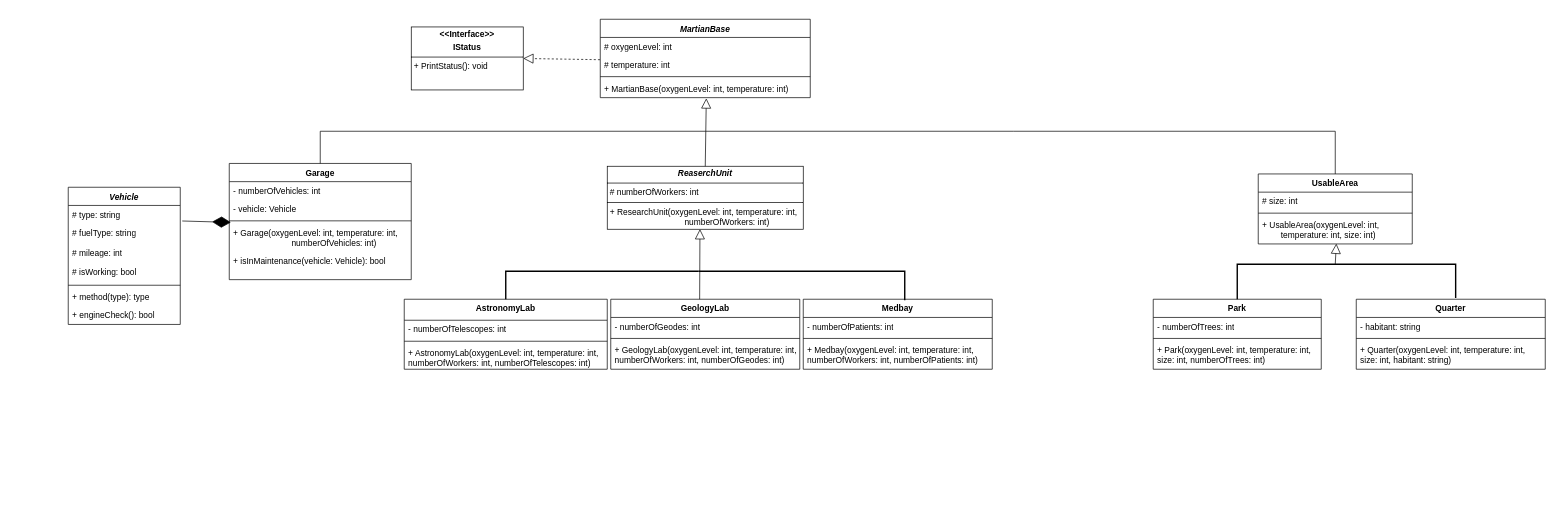
This is Diagram bez tytułu.drawio from kcprlal/CSharp, a draw.io file, before an edit. Source tidied: cells renumbered, new cells numbered last; positions are measured from the earlier drawing's top-left corner, leaving out a move shared by most shapes. Both pictures are drawn from the tidied source at 70%, with x=0, y=0 at pixel (68, 19).
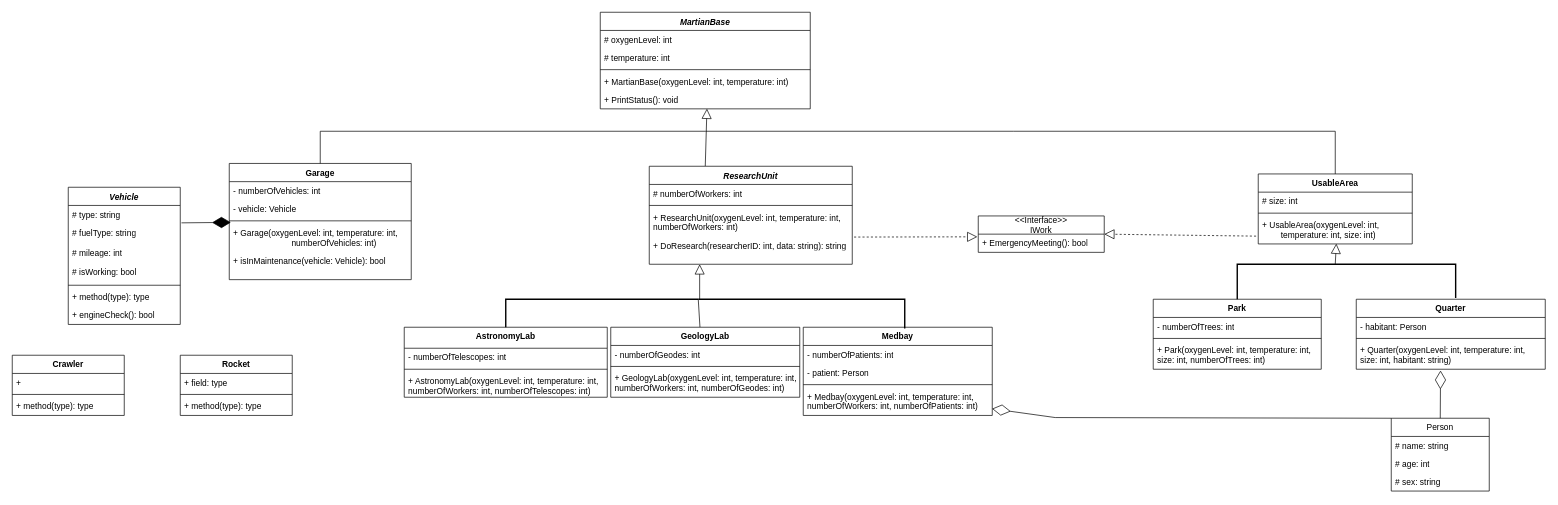
Above is the later version.

The change refers to these unchanged cells:
```xml
<mxCell id="4" value="# temperature: int" style="text;strokeColor=none;fillColor=none;align=left;verticalAlign=top;spacingLeft=4;spacingRight=4;overflow=hidden;points=[[0,0.5],[1,0.5]];portConstraint=eastwest;whiteSpace=wrap;html=1;" parent="2" vertex="1">
  <mxGeometry y="52" width="300" height="26" as="geometry" />
</mxCell>
<mxCell id="6" value="+ MartianBase(oxygenLevel: int, temperature: int)" style="text;strokeColor=none;fillColor=none;align=left;verticalAlign=top;spacingLeft=4;spacingRight=4;overflow=hidden;points=[[0,0.5],[1,0.5]];portConstraint=eastwest;whiteSpace=wrap;html=1;" parent="2" vertex="1">
  <mxGeometry y="86" width="300" height="26" as="geometry" />
</mxCell>
<mxCell id="12" value="+ Garage(oxygenLevel: int, temperature: int,&lt;div&gt;&lt;span style=&quot;white-space: pre;&quot;&gt;&#9;&lt;/span&gt;&lt;span style=&quot;white-space: pre;&quot;&gt;&#9;&lt;/span&gt;&lt;span style=&quot;white-space: pre;&quot;&gt;&#9;&lt;/span&gt;&amp;nbsp;numberOfVehicles: int)&lt;/div&gt;&lt;div&gt;&lt;br&gt;&lt;/div&gt;&lt;div&gt;&lt;br&gt;&lt;/div&gt;" style="text;strokeColor=none;fillColor=none;align=left;verticalAlign=top;spacingLeft=4;spacingRight=4;overflow=hidden;points=[[0,0.5],[1,0.5]];portConstraint=eastwest;whiteSpace=wrap;html=1;" parent="8" vertex="1">
  <mxGeometry y="86" width="260" height="40" as="geometry" />
</mxCell>
<mxCell id="19" value="+ UsableArea(oxygenLevel: int,&lt;div&gt;&lt;span style=&quot;white-space: pre;&quot;&gt;&#9;&lt;/span&gt;temperature: int, size: int)&lt;br&gt;&lt;/div&gt;" style="text;strokeColor=none;fillColor=none;align=left;verticalAlign=top;spacingLeft=4;spacingRight=4;overflow=hidden;points=[[0,0.5],[1,0.5]];portConstraint=eastwest;whiteSpace=wrap;html=1;" parent="16" vertex="1">
  <mxGeometry y="60" width="220" height="40" as="geometry" />
</mxCell>
<mxCell id="37" value="Quarter" style="swimlane;fontStyle=1;align=center;verticalAlign=top;horizontal=1;startSize=26;whiteSpace=wrap;html=1;" parent="1" vertex="1">
  <mxGeometry x="1840" y="400" width="270" height="100" as="geometry" />
</mxCell>
<mxCell id="40" value="+ Quarter(oxygenLevel: int, temperature: int, size: int, habitant: string)" style="text;strokeColor=none;fillColor=none;align=left;verticalAlign=top;spacingLeft=4;spacingRight=4;overflow=hidden;points=[[0,0.5],[1,0.5]];portConstraint=eastwest;whiteSpace=wrap;html=1;" parent="37" vertex="1">
  <mxGeometry y="60" width="270" height="40" as="geometry" />
</mxCell>
<mxCell id="49" value="# type: string&lt;div&gt;&lt;br&gt;&lt;/div&gt;" style="text;strokeColor=none;fillColor=none;align=left;verticalAlign=top;spacingLeft=4;spacingRight=4;overflow=hidden;points=[[0,0.5],[1,0.5]];portConstraint=eastwest;whiteSpace=wrap;html=1;" parent="48" vertex="1">
  <mxGeometry y="26" width="160" height="26" as="geometry" />
</mxCell>
```

The edit, as a diff of the source:
```diff
@@
     <mxCell id="2" value="&lt;i&gt;MartianBase&lt;/i&gt;" style="swimlane;fontStyle=1;align=center;verticalAlign=top;horizontal=1;startSize=26;whiteSpace=wrap;html=1;" parent="1" vertex="1">
-      <mxGeometry x="760" width="300" height="112" as="geometry" />
+      <mxGeometry x="760" y="-10" width="300" height="138" as="geometry" />
     </mxCell>
@@
-    <mxCell id="7" value="&lt;p style=&quot;margin:0px;margin-top:4px;text-align:center;&quot;&gt;&lt;b&gt;&lt;i&gt;ReaserchUnit&lt;/i&gt;&lt;/b&gt;&lt;/p&gt;&lt;hr size=&quot;1&quot; style=&quot;border-style:solid;&quot;&gt;&lt;p style=&quot;margin:0px;margin-left:4px;&quot;&gt;# numberOfWorkers: int&lt;/p&gt;&lt;hr size=&quot;1&quot; style=&quot;border-style:solid;&quot;&gt;&lt;p style=&quot;margin:0px;margin-left:4px;&quot;&gt;+ ResearchUnit(oxygenLevel: int, temperature: int,&amp;nbsp;&lt;/p&gt;&lt;p style=&quot;margin:0px;margin-left:4px;&quot;&gt;&lt;span style=&quot;white-space: pre;&quot;&gt;&#9;&lt;/span&gt;&lt;span style=&quot;white-space: pre;&quot;&gt;&#9;&lt;/span&gt;&lt;span style=&quot;white-space: pre;&quot;&gt;&#9;&lt;/span&gt;&lt;span style=&quot;white-space: pre;&quot;&gt;&#9;&lt;/span&gt;numberOfWorkers: int)&amp;nbsp;&lt;/p&gt;" style="verticalAlign=top;align=left;overflow=fill;html=1;whiteSpace=wrap;" parent="1" vertex="1">
-      <mxGeometry x="770" y="210" width="280" height="90" as="geometry" />
-    </mxCell>
+    <mxCell id="57" value="+ PrintStatus(): void" style="text;strokeColor=none;fillColor=none;align=left;verticalAlign=top;spacingLeft=4;spacingRight=4;overflow=hidden;points=[[0,0.5],[1,0.5]];portConstraint=eastwest;whiteSpace=wrap;html=1;" parent="2" vertex="1">
+      <mxGeometry y="112" width="300" height="26" as="geometry" />
+    </mxCell>
@@
-    <mxCell id="14" style="endArrow=block;endFill=0;endSize=12;html=1;rounded=0;exitX=0.5;exitY=0;exitDx=0;exitDy=0;entryX=0.505;entryY=1.038;entryDx=0;entryDy=0;entryPerimeter=0;" parent="1" edge="1" source="7" target="6">
-      <mxGeometry relative="1" as="geometry" />
+    <mxCell id="14" style="endArrow=block;endFill=0;endSize=12;html=1;rounded=0;exitX=0.5;exitY=0;exitDx=0;exitDy=0;entryX=0.508;entryY=0.99;entryDx=0;entryDy=0;entryPerimeter=0;" parent="1" edge="1" target="57">
+      <mxGeometry relative="1" as="geometry">
+        <mxPoint x="910" y="210" as="sourcePoint" />
+      </mxGeometry>
     </mxCell>
@@
     <mxCell id="21" value="AstronomyLab" style="swimlane;fontStyle=1;align=center;verticalAlign=top;horizontal=1;startSize=30;whiteSpace=wrap;html=1;" parent="1" vertex="1">
-      <mxGeometry x="480" y="400" width="290" height="100" as="geometry" />
+      <mxGeometry x="480" y="440" width="290" height="100" as="geometry" />
     </mxCell>
@@
     <mxCell id="25" value="GeologyLab" style="swimlane;fontStyle=1;align=center;verticalAlign=top;horizontal=1;startSize=26;whiteSpace=wrap;html=1;" parent="1" vertex="1">
-      <mxGeometry x="775" y="400" width="270" height="100" as="geometry" />
+      <mxGeometry x="775" y="440" width="270" height="100" as="geometry" />
     </mxCell>
@@
     <mxCell id="29" value="Medbay" style="swimlane;fontStyle=1;align=center;verticalAlign=top;horizontal=1;startSize=26;whiteSpace=wrap;html=1;" parent="1" vertex="1">
-      <mxGeometry x="1050" y="400" width="270" height="100" as="geometry" />
+      <mxGeometry x="1050" y="440" width="270" height="126" as="geometry" />
     </mxCell>
@@
+    <mxCell id="58" value="- patient: Person" style="text;strokeColor=none;fillColor=none;align=left;verticalAlign=top;spacingLeft=4;spacingRight=4;overflow=hidden;whiteSpace=wrap;html=1;" parent="29" vertex="1">
+      <mxGeometry y="52" width="270" height="26" as="geometry" />
+    </mxCell>
     <mxCell id="31" style="line;strokeWidth=1;fillColor=none;align=left;verticalAlign=middle;spacingTop=-1;spacingLeft=3;spacingRight=3;labelPosition=right;strokeColor=inherit;" parent="29" vertex="1">
-      <mxGeometry y="52" width="270" height="8" as="geometry" />
+      <mxGeometry y="78" width="270" height="8" as="geometry" />
     </mxCell>
     <mxCell id="32" value="+ Medbay(oxygenLevel: int, temperature: int, numberOfWorkers: int, numberOfPatients: int)&lt;div&gt;&lt;br&gt;&lt;/div&gt;" style="text;strokeColor=none;fillColor=none;align=left;verticalAlign=top;spacingLeft=4;spacingRight=4;overflow=hidden;points=[[0,0.5],[1,0.5]];portConstraint=eastwest;whiteSpace=wrap;html=1;" parent="29" vertex="1">
-      <mxGeometry y="60" width="270" height="40" as="geometry" />
+      <mxGeometry y="86" width="270" height="40" as="geometry" />
     </mxCell>
@@
-    <mxCell id="38" value="- habitant: string" style="text;strokeColor=none;fillColor=none;align=left;verticalAlign=top;spacingLeft=4;spacingRight=4;overflow=hidden;whiteSpace=wrap;html=1;" parent="37" vertex="1">
+    <mxCell id="38" value="- habitant: Person" style="text;strokeColor=none;fillColor=none;align=left;verticalAlign=top;spacingLeft=4;spacingRight=4;overflow=hidden;whiteSpace=wrap;html=1;" parent="37" vertex="1">
       <mxGeometry y="26" width="270" height="26" as="geometry" />
     </mxCell>
@@
-    <mxCell id="41" style="endArrow=block;endFill=0;endSize=12;html=1;rounded=0;entryX=0.473;entryY=0.998;entryDx=0;entryDy=0;entryPerimeter=0;" parent="1" edge="1" target="7">
+    <mxCell id="41" style="endArrow=block;endFill=0;endSize=12;html=1;rounded=0;" parent="1" edge="1">
       <mxGeometry relative="1" as="geometry">
         <mxPoint x="902" y="400" as="sourcePoint" />
+        <mxPoint x="902" y="350" as="targetPoint" />
       </mxGeometry>
     </mxCell>
     <mxCell id="42" style="endArrow=none;html=1;dashPattern=1 3;strokeWidth=2;rounded=0;exitX=0.5;exitY=0;exitDx=0;exitDy=0;" parent="1" edge="1" source="21">
       <mxGeometry relative="1" as="geometry">
-        <mxPoint x="900" y="360" as="targetPoint" />
+        <mxPoint x="900" y="400" as="targetPoint" />
         <Array as="points">
-          <mxPoint x="625" y="360" />
+          <mxPoint x="625" y="400" />
         </Array>
       </mxGeometry>
     </mxCell>
     <mxCell id="43" style="endArrow=none;html=1;dashPattern=1 3;strokeWidth=2;rounded=0;exitX=0.537;exitY=0.014;exitDx=0;exitDy=0;exitPerimeter=0;" parent="1" edge="1" source="29">
       <mxGeometry relative="1" as="geometry">
-        <mxPoint x="900" y="360" as="targetPoint" />
+        <mxPoint x="900" y="400" as="targetPoint" />
         <Array as="points">
-          <mxPoint x="1195" y="360" />
+          <mxPoint x="1195" y="400" />
         </Array>
       </mxGeometry>
     </mxCell>
@@
-    <mxCell id="46" value="&lt;p style=&quot;margin:0px;margin-top:4px;text-align:center;&quot;&gt;&lt;b&gt;&amp;lt;&amp;lt;Interface&amp;gt;&amp;gt;&lt;/b&gt;&lt;/p&gt;&lt;p style=&quot;margin:0px;margin-top:4px;text-align:center;&quot;&gt;&lt;b&gt;IStatus&lt;/b&gt;&lt;/p&gt;&lt;hr size=&quot;1&quot; style=&quot;border-style:solid;&quot;&gt;&lt;p style=&quot;margin:0px;margin-left:4px;&quot;&gt;&lt;span style=&quot;background-color: transparent; color: light-dark(rgb(0, 0, 0), rgb(255, 255, 255));&quot;&gt;+ PrintStatus(): void&lt;/span&gt;&lt;/p&gt;" style="verticalAlign=top;align=left;overflow=fill;html=1;whiteSpace=wrap;" parent="1" vertex="1">
-      <mxGeometry x="490" y="11" width="160" height="90" as="geometry" />
-    </mxCell>
-    <mxCell id="47" style="endArrow=block;dashed=1;endFill=0;endSize=12;html=1;rounded=0;exitX=-0.001;exitY=0.223;exitDx=0;exitDy=0;exitPerimeter=0;entryX=1;entryY=0.5;entryDx=0;entryDy=0;" parent="1" edge="1" source="4" target="46">
-      <mxGeometry relative="1" as="geometry" />
-    </mxCell>
@@
-    <mxCell id="56" style="endArrow=diamondThin;endFill=1;endSize=24;html=1;rounded=0;exitX=1.018;exitY=0.854;exitDx=0;exitDy=0;entryX=0.009;entryY=-0.045;entryDx=0;entryDy=0;entryPerimeter=0;exitPerimeter=0;" parent="1" edge="1" source="49" target="12">
+    <mxCell id="56" style="endArrow=diamondThin;endFill=1;endSize=24;html=1;rounded=0;exitX=1.011;exitY=0.956;exitDx=0;exitDy=0;entryX=0.009;entryY=-0.045;entryDx=0;entryDy=0;entryPerimeter=0;exitPerimeter=0;" parent="1" edge="1" source="49" target="12">
       <mxGeometry relative="1" as="geometry" />
     </mxCell>
+    <mxCell id="59" value="Crawler" style="swimlane;fontStyle=1;align=center;verticalAlign=top;horizontal=1;startSize=26;whiteSpace=wrap;html=1;" parent="1" vertex="1">
+      <mxGeometry x="-80" y="480" width="160" height="86" as="geometry" />
+    </mxCell>
+    <mxCell id="60" value="+" style="text;strokeColor=none;fillColor=none;align=left;verticalAlign=top;spacingLeft=4;spacingRight=4;overflow=hidden;whiteSpace=wrap;html=1;" parent="59" vertex="1">
+      <mxGeometry y="26" width="160" height="26" as="geometry" />
+    </mxCell>
+    <mxCell id="61" style="line;strokeWidth=1;fillColor=none;align=left;verticalAlign=middle;spacingTop=-1;spacingLeft=3;spacingRight=3;labelPosition=right;strokeColor=inherit;" parent="59" vertex="1">
+      <mxGeometry y="52" width="160" height="8" as="geometry" />
+    </mxCell>
+    <mxCell id="62" value="+ method(type): type" style="text;strokeColor=none;fillColor=none;align=left;verticalAlign=top;spacingLeft=4;spacingRight=4;overflow=hidden;whiteSpace=wrap;html=1;" parent="59" vertex="1">
+      <mxGeometry y="60" width="160" height="26" as="geometry" />
+    </mxCell>
+    <mxCell id="63" value="Rocket" style="swimlane;fontStyle=1;align=center;verticalAlign=top;horizontal=1;startSize=26;whiteSpace=wrap;html=1;" parent="1" vertex="1">
+      <mxGeometry x="160" y="480" width="160" height="86" as="geometry" />
+    </mxCell>
+    <mxCell id="64" value="+ field: type" style="text;strokeColor=none;fillColor=none;align=left;verticalAlign=top;spacingLeft=4;spacingRight=4;overflow=hidden;whiteSpace=wrap;html=1;" parent="63" vertex="1">
+      <mxGeometry y="26" width="160" height="26" as="geometry" />
+    </mxCell>
+    <mxCell id="65" style="line;strokeWidth=1;fillColor=none;align=left;verticalAlign=middle;spacingTop=-1;spacingLeft=3;spacingRight=3;labelPosition=right;strokeColor=inherit;" parent="63" vertex="1">
+      <mxGeometry y="52" width="160" height="8" as="geometry" />
+    </mxCell>
+    <mxCell id="66" value="+ method(type): type" style="text;strokeColor=none;fillColor=none;align=left;verticalAlign=top;spacingLeft=4;spacingRight=4;overflow=hidden;whiteSpace=wrap;html=1;" parent="63" vertex="1">
+      <mxGeometry y="60" width="160" height="26" as="geometry" />
+    </mxCell>
+    <mxCell id="67" value="&lt;i&gt;ResearchUnit&lt;/i&gt;" style="swimlane;fontStyle=1;align=center;verticalAlign=top;horizontal=1;startSize=26;whiteSpace=wrap;html=1;" parent="1" vertex="1">
+      <mxGeometry x="830" y="210" width="290" height="140" as="geometry" />
+    </mxCell>
+    <mxCell id="68" value="# numberOfWorkers: int" style="text;strokeColor=none;fillColor=none;align=left;verticalAlign=top;spacingLeft=4;spacingRight=4;overflow=hidden;whiteSpace=wrap;html=1;" parent="67" vertex="1">
+      <mxGeometry y="26" width="290" height="26" as="geometry" />
+    </mxCell>
+    <mxCell id="69" style="line;strokeWidth=1;fillColor=none;align=left;verticalAlign=middle;spacingTop=-1;spacingLeft=3;spacingRight=3;labelPosition=right;strokeColor=inherit;" parent="67" vertex="1">
+      <mxGeometry y="52" width="290" height="8" as="geometry" />
+    </mxCell>
+    <mxCell id="70" value="+ ResearchUnit(oxygenLevel: int, temperature: int, numberOfWorkers: int)" style="text;strokeColor=none;fillColor=none;align=left;verticalAlign=top;spacingLeft=4;spacingRight=4;overflow=hidden;whiteSpace=wrap;html=1;" parent="67" vertex="1">
+      <mxGeometry y="60" width="290" height="40" as="geometry" />
+    </mxCell>
+    <mxCell id="71" value="+ DoResearch(researcherID: int, data: string): string" style="text;strokeColor=none;fillColor=none;align=left;verticalAlign=top;spacingLeft=4;spacingRight=4;overflow=hidden;points=[[0,0.5],[1,0.5]];portConstraint=eastwest;whiteSpace=wrap;html=1;" parent="67" vertex="1">
+      <mxGeometry y="100" width="290" height="40" as="geometry" />
+    </mxCell>
+    <mxCell id="72" style="endArrow=none;html=1;rounded=0;exitX=0.472;exitY=-0.002;exitDx=0;exitDy=0;exitPerimeter=0;" parent="1" edge="1" source="25">
+      <mxGeometry relative="1" as="geometry">
+        <mxPoint x="900" y="400" as="targetPoint" />
+      </mxGeometry>
+    </mxCell>
+    <mxCell id="73" value="&amp;lt;&amp;lt;Interface&amp;gt;&amp;gt;&lt;div&gt;IWork&lt;/div&gt;" style="swimlane;fontStyle=0;horizontal=1;startSize=26;fillColor=none;whiteSpace=wrap;html=1;" parent="1" vertex="1">
+      <mxGeometry x="1300" y="281" width="180" height="52" as="geometry" />
+    </mxCell>
+    <mxCell id="74" value="+ EmergencyMeeting(): bool" style="text;strokeColor=none;fillColor=none;align=left;verticalAlign=top;spacingLeft=4;spacingRight=4;overflow=hidden;points=[[0,0.5],[1,0.5]];portConstraint=eastwest;whiteSpace=wrap;html=1;" parent="73" vertex="1">
+      <mxGeometry y="26" width="180" height="26" as="geometry" />
+    </mxCell>
+    <mxCell id="75" style="endArrow=block;dashed=1;endFill=0;endSize=12;html=1;rounded=0;exitX=1.009;exitY=0.029;exitDx=0;exitDy=0;exitPerimeter=0;entryX=-0.007;entryY=0.147;entryDx=0;entryDy=0;entryPerimeter=0;" parent="1" edge="1" source="71" target="74">
+      <mxGeometry relative="1" as="geometry" />
+    </mxCell>
+    <mxCell id="76" style="endArrow=block;dashed=1;endFill=0;endSize=12;html=1;rounded=0;exitX=-0.014;exitY=0.721;exitDx=0;exitDy=0;exitPerimeter=0;entryX=1;entryY=0.5;entryDx=0;entryDy=0;" parent="1" edge="1" source="19" target="73">
+      <mxGeometry relative="1" as="geometry" />
+    </mxCell>
+    <mxCell id="77" value="Person" style="swimlane;fontStyle=0;horizontal=1;startSize=26;fillColor=none;whiteSpace=wrap;html=1;" parent="1" vertex="1">
+      <mxGeometry x="1890" y="570" width="140" height="104" as="geometry" />
+    </mxCell>
+    <mxCell id="78" value="# name: string" style="text;strokeColor=none;fillColor=none;align=left;verticalAlign=top;spacingLeft=4;spacingRight=4;overflow=hidden;whiteSpace=wrap;html=1;" parent="77" vertex="1">
+      <mxGeometry y="26" width="140" height="26" as="geometry" />
+    </mxCell>
+    <mxCell id="79" value="# age: int" style="text;strokeColor=none;fillColor=none;align=left;verticalAlign=top;spacingLeft=4;spacingRight=4;overflow=hidden;whiteSpace=wrap;html=1;" parent="77" vertex="1">
+      <mxGeometry y="52" width="140" height="26" as="geometry" />
+    </mxCell>
+    <mxCell id="80" value="# sex: string" style="text;strokeColor=none;fillColor=none;align=left;verticalAlign=top;spacingLeft=4;spacingRight=4;overflow=hidden;whiteSpace=wrap;html=1;" parent="77" vertex="1">
+      <mxGeometry y="78" width="140" height="26" as="geometry" />
+    </mxCell>
+    <mxCell id="81" style="endArrow=diamondThin;endFill=0;endSize=24;html=1;rounded=0;exitX=0.5;exitY=0;exitDx=0;exitDy=0;entryX=0.446;entryY=1.045;entryDx=0;entryDy=0;entryPerimeter=0;" parent="1" edge="1" source="77" target="40">
+      <mxGeometry relative="1" as="geometry" />
+    </mxCell>
+    <mxCell id="82" style="endArrow=diamondThin;endFill=0;endSize=24;html=1;rounded=0;exitX=0;exitY=0;exitDx=0;exitDy=0;entryX=0.999;entryY=0.761;entryDx=0;entryDy=0;entryPerimeter=0;" parent="1" edge="1" source="77" target="32">
+      <mxGeometry relative="1" as="geometry">
+        <Array as="points">
+          <mxPoint x="1410" y="569" />
+        </Array>
+      </mxGeometry>
+    </mxCell>
```
